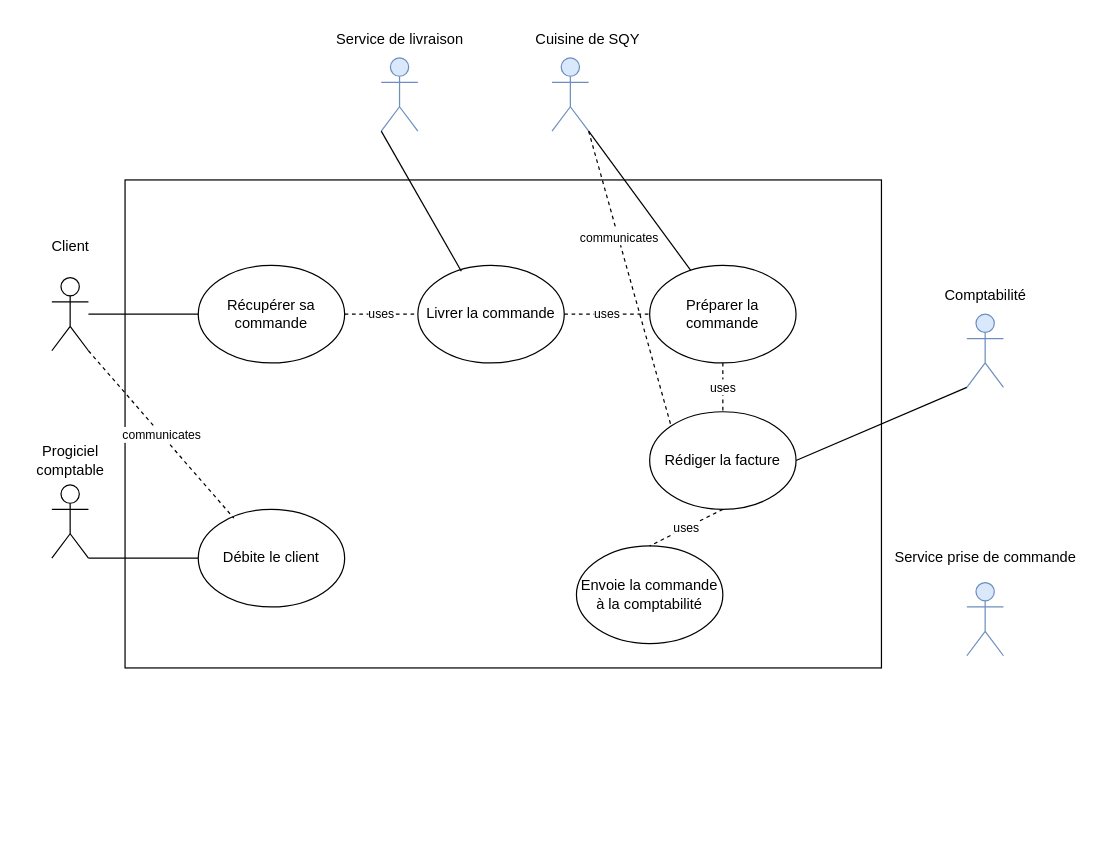
This is Diagramme sans nom.drawio from Pi-erren/Canard_Dodu, a draw.io file, before an edit. Source tidied: cells renumbered, new cells numbered last; positions are measured from the earlier drawing's top-left corner, leaving out a move shared by most shapes. Both pictures are drawn from the tidied source at 122%, with x=0, y=0 at pixel (21, 21).
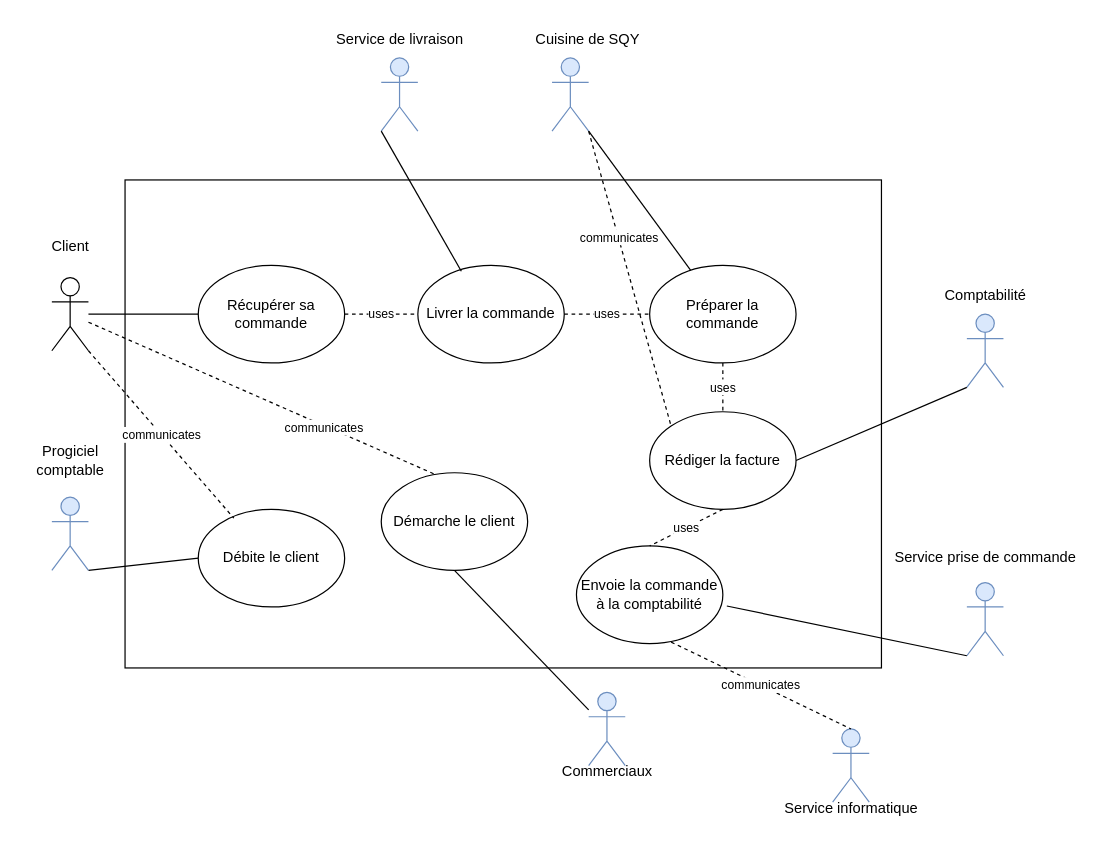
After the change.

Commit message (it also covers changes not shown here):
Mettre à jour Diagramme sans nom.drawio

Unchanged cells that the change refers to:
```xml
<mxCell id="2" style="rounded=0;whiteSpace=wrap;html=1;" parent="1" vertex="1">
  <mxGeometry x="85" y="130" width="620" height="400" as="geometry" />
</mxCell>
<mxCell id="3" style="shape=umlActor;verticalLabelPosition=bottom;verticalAlign=top;html=1;outlineConnect=0;" parent="1" vertex="1">
  <mxGeometry x="25" y="210" width="30" height="60" as="geometry" />
</mxCell>
<mxCell id="30" value="&lt;blockquote style=&quot;margin: 0 0 0 40px; border: none; padding: 0px;&quot;&gt;&lt;div style=&quot;&quot;&gt;&lt;br&gt;&lt;/div&gt;&lt;/blockquote&gt;" style="shape=umlActor;verticalLabelPosition=bottom;verticalAlign=top;html=1;outlineConnect=0;fillColor=#dae8fc;strokeColor=#6c8ebf;align=center;" parent="1" vertex="1">
  <mxGeometry x="775" y="460" width="30" height="60" as="geometry" />
</mxCell>
<mxCell id="31" value="Envoie la commande à la comptabilité" style="ellipse;whiteSpace=wrap;html=1;" parent="1" vertex="1">
  <mxGeometry x="455" y="430" width="120" height="80" as="geometry" />
</mxCell>
```

The edit, as a diff of the source:
```diff
@@
-    <mxCell id="25" value="&lt;br&gt;" style="shape=umlActor;verticalLabelPosition=bottom;verticalAlign=top;html=1;outlineConnect=0;" parent="1" vertex="1">
-      <mxGeometry x="25" y="380" width="30" height="60" as="geometry" />
-    </mxCell>
@@
-    <mxCell id="27" style="endArrow=none;html=1;rounded=0;exitX=1;exitY=1;exitDx=0;exitDy=0;exitPerimeter=0;entryX=0.097;entryY=0.775;entryDx=0;entryDy=0;entryPerimeter=0;" parent="1" edge="1" source="25" target="2">
+    <mxCell id="27" style="endArrow=none;html=1;rounded=0;exitX=1;exitY=1;exitDx=0;exitDy=0;exitPerimeter=0;entryX=0.097;entryY=0.775;entryDx=0;entryDy=0;entryPerimeter=0;" parent="1" edge="1" source="35" target="2">
       <mxGeometry relative="1" as="geometry" />
     </mxCell>
@@
+    <mxCell id="35" value="&lt;blockquote style=&quot;margin: 0 0 0 40px; border: none; padding: 0px;&quot;&gt;&lt;div style=&quot;&quot;&gt;&lt;br&gt;&lt;/div&gt;&lt;/blockquote&gt;" style="shape=umlActor;verticalLabelPosition=bottom;verticalAlign=top;html=1;outlineConnect=0;fillColor=#dae8fc;strokeColor=#6c8ebf;align=center;" parent="1" vertex="1">
+      <mxGeometry x="25" y="390" width="30" height="60" as="geometry" />
+    </mxCell>
+    <mxCell id="36" style="endArrow=none;html=1;rounded=0;entryX=1.027;entryY=0.615;entryDx=0;entryDy=0;entryPerimeter=0;exitX=0;exitY=1;exitDx=0;exitDy=0;exitPerimeter=0;" parent="1" edge="1" source="30" target="31">
+      <mxGeometry relative="1" as="geometry" />
+    </mxCell>
+    <mxCell id="37" value="&lt;blockquote style=&quot;margin: 0 0 0 40px; border: none; padding: 0px;&quot;&gt;&lt;div style=&quot;&quot;&gt;&lt;br&gt;&lt;/div&gt;&lt;/blockquote&gt;" style="shape=umlActor;verticalLabelPosition=bottom;verticalAlign=top;html=1;outlineConnect=0;fillColor=#dae8fc;strokeColor=#6c8ebf;align=center;" parent="1" vertex="1">
+      <mxGeometry x="665" y="580" width="30" height="60" as="geometry" />
+    </mxCell>
+    <mxCell id="38" value="Service informatique&lt;br&gt;" style="text;html=1;align=center;verticalAlign=middle;strokeColor=none;fillColor=none;" parent="1" vertex="1">
+      <mxGeometry x="615" y="630" width="130" height="30" as="geometry" />
+    </mxCell>
+    <mxCell id="39" value="&lt;font style=&quot;font-size: 10px;&quot;&gt;communicates&lt;/font&gt;" style="endArrow=none;dashed=1;html=1;rounded=0;exitX=0.647;exitY=0.985;exitDx=0;exitDy=0;entryX=0.5;entryY=0;entryDx=0;entryDy=0;entryPerimeter=0;exitPerimeter=0;" parent="1" edge="1" source="31" target="37">
+      <mxGeometry relative="1" as="geometry" />
+    </mxCell>
+    <mxCell id="40" value="&lt;blockquote style=&quot;margin: 0 0 0 40px; border: none; padding: 0px;&quot;&gt;&lt;div style=&quot;&quot;&gt;&lt;br&gt;&lt;/div&gt;&lt;/blockquote&gt;" style="shape=umlActor;verticalLabelPosition=bottom;verticalAlign=top;html=1;outlineConnect=0;fillColor=#dae8fc;strokeColor=#6c8ebf;align=center;" parent="1" vertex="1">
+      <mxGeometry x="465" y="550" width="30" height="60" as="geometry" />
+    </mxCell>
+    <mxCell id="41" value="Commerciaux" style="text;html=1;align=center;verticalAlign=middle;strokeColor=none;fillColor=none;" parent="1" vertex="1">
+      <mxGeometry x="430" y="600" width="100" height="30" as="geometry" />
+    </mxCell>
+    <mxCell id="42" style="endArrow=none;dashed=1;html=1;rounded=0;entryX=0.38;entryY=0.025;entryDx=0;entryDy=0;entryPerimeter=0;" parent="1" edge="1" source="3" target="44">
+      <mxGeometry relative="1" as="geometry" />
+    </mxCell>
+    <mxCell id="43" value="&lt;font style=&quot;font-size: 10px;&quot;&gt;communicates&lt;/font&gt;" style="edgeLabel;html=1;align=center;verticalAlign=middle;" parent="42" vertex="1">
+      <mxGeometry x="0.35" y="-1" relative="1" as="geometry" />
+    </mxCell>
+    <mxCell id="44" value="Démarche le client" style="ellipse;whiteSpace=wrap;html=1;" parent="1" vertex="1">
+      <mxGeometry x="295" y="370" width="120" height="80" as="geometry" />
+    </mxCell>
+    <mxCell id="45" style="endArrow=none;html=1;rounded=0;exitX=0.5;exitY=1;exitDx=0;exitDy=0;" parent="1" edge="1" source="44" target="40">
+      <mxGeometry relative="1" as="geometry" />
+    </mxCell>
```
